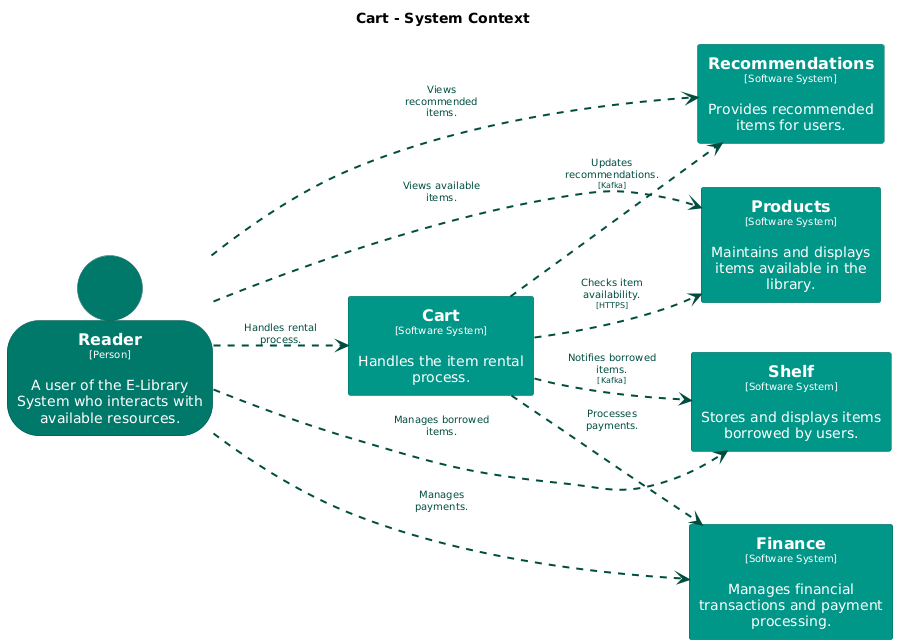
Before: main/png/SystemContext-004.png, a diagram exported from PlantUML (Goodmorning918/E-Library-Architecture).
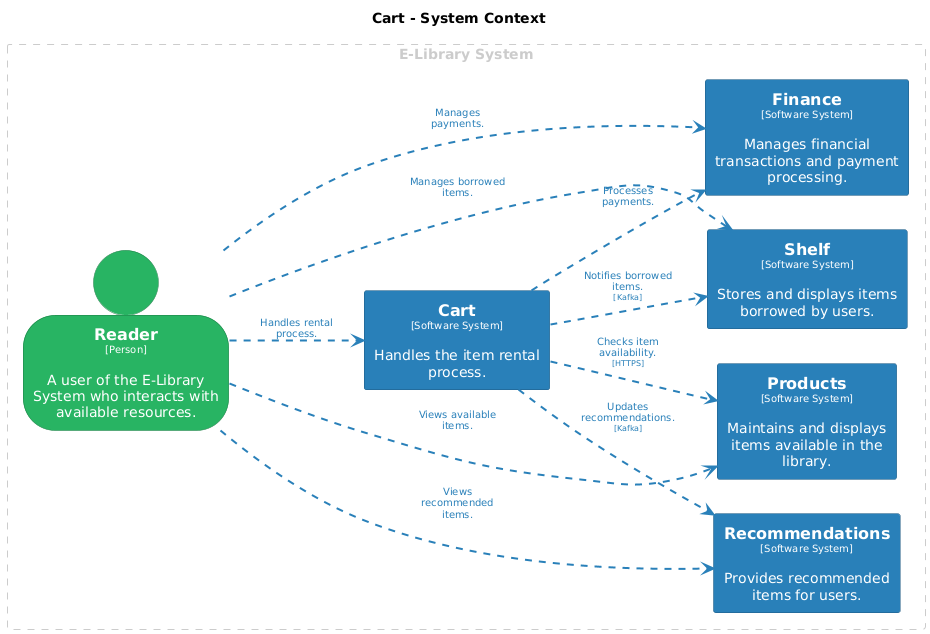
After the change.

What changed in the source:
```diff
@@ -14,56 +14,63 @@
 hide stereotype
 
 skinparam rectangle<<Cart>> {
-  BackgroundColor #009688
+  BackgroundColor #2980b9
   FontColor #ffffff
-  BorderColor #00695f
+  BorderColor #1c5981
   shadowing false
 }
 skinparam rectangle<<Finance>> {
-  BackgroundColor #009688
+  BackgroundColor #2980b9
   FontColor #ffffff
-  BorderColor #00695f
+  BorderColor #1c5981
   shadowing false
 }
 skinparam rectangle<<Products>> {
-  BackgroundColor #009688
+  BackgroundColor #2980b9
   FontColor #ffffff
-  BorderColor #00695f
+  BorderColor #1c5981
   shadowing false
 }
 skinparam person<<Reader>> {
-  BackgroundColor #00796b
+  BackgroundColor #28b463
   FontColor #ffffff
-  BorderColor #00544a
+  BorderColor #1c7d45
   shadowing false
 }
 skinparam rectangle<<Recommendations>> {
-  BackgroundColor #009688
+  BackgroundColor #2980b9
   FontColor #ffffff
-  BorderColor #00695f
+  BorderColor #1c5981
   shadowing false
 }
 skinparam rectangle<<Shelf>> {
-  BackgroundColor #009688
+  BackgroundColor #2980b9
   FontColor #ffffff
-  BorderColor #00695f
+  BorderColor #1c5981
   shadowing false
 }
 
-person "==Reader\n<size:10>[Person]</size>\n\nA user of the E-Library System who interacts with available resources." <<Reader>> as Reader
-rectangle "==Products\n<size:10>[Software System]</size>\n\nMaintains and displays items available in the library." <<Products>> as Products
-rectangle "==Cart\n<size:10>[Software System]</size>\n\nHandles the item rental process." <<Cart>> as Cart
-rectangle "==Recommendations\n<size:10>[Software System]</size>\n\nProvides recommended items for users." <<Recommendations>> as Recommendations
-rectangle "==Finance\n<size:10>[Software System]</size>\n\nManages financial transactions and payment processing." <<Finance>> as Finance
-rectangle "==Shelf\n<size:10>[Software System]</size>\n\nStores and displays items borrowed by users." <<Shelf>> as Shelf
+rectangle "E-Library System" <<group1>> as group1 {
+  skinparam RectangleBorderColor<<group1>> #cccccc
+  skinparam RectangleFontColor<<group1>> #cccccc
+  skinparam RectangleBorderStyle<<group1>> dashed
 
-Reader .[#004d40,thickness=2].> Shelf : "<color:#004d40>Manages borrowed items."
-Reader .[#004d40,thickness=2].> Products : "<color:#004d40>Views available items."
-Reader .[#004d40,thickness=2].> Cart : "<color:#004d40>Handles rental process."
-Reader .[#004d40,thickness=2].> Recommendations : "<color:#004d40>Views recommended items."
-Reader .[#004d40,thickness=2].> Finance : "<color:#004d40>Manages payments."
-Cart .[#004d40,thickness=2].> Finance : "<color:#004d40>Processes payments."
-Cart .[#004d40,thickness=2].> Recommendations : "<color:#004d40>Updates recommendations.\n<color:#004d40><size:8>[Kafka]</size>"
-Cart .[#004d40,thickness=2].> Shelf : "<color:#004d40>Notifies borrowed items.\n<color:#004d40><size:8>[Kafka]</size>"
-Cart .[#004d40,thickness=2].> Products : "<color:#004d40>Checks item availability.\n<color:#004d40><size:8>[HTTPS]</size>"
+  person "==Reader\n<size:10>[Person]</size>\n\nA user of the E-Library System who interacts with available resources." <<Reader>> as Reader
+  rectangle "==Products\n<size:10>[Software System]</size>\n\nMaintains and displays items available in the library." <<Products>> as Products
+  rectangle "==Cart\n<size:10>[Software System]</size>\n\nHandles the item rental process." <<Cart>> as Cart
+  rectangle "==Recommendations\n<size:10>[Software System]</size>\n\nProvides recommended items for users." <<Recommendations>> as Recommendations
+  rectangle "==Finance\n<size:10>[Software System]</size>\n\nManages financial transactions and payment processing." <<Finance>> as Finance
+  rectangle "==Shelf\n<size:10>[Software System]</size>\n\nStores and displays items borrowed by users." <<Shelf>> as Shelf
+}
+
+
+Reader .[#2980b9,thickness=2].> Shelf : "<color:#2980b9>Manages borrowed items."
+Reader .[#2980b9,thickness=2].> Products : "<color:#2980b9>Views available items."
+Reader .[#2980b9,thickness=2].> Cart : "<color:#2980b9>Handles rental process."
+Reader .[#2980b9,thickness=2].> Recommendations : "<color:#2980b9>Views recommended items."
+Reader .[#2980b9,thickness=2].> Finance : "<color:#2980b9>Manages payments."
+Cart .[#2980b9,thickness=2].> Finance : "<color:#2980b9>Processes payments."
+Cart .[#2980b9,thickness=2].> Recommendations : "<color:#2980b9>Updates recommendations.\n<color:#2980b9><size:8>[Kafka]</size>"
+Cart .[#2980b9,thickness=2].> Shelf : "<color:#2980b9>Notifies borrowed items.\n<color:#2980b9><size:8>[Kafka]</size>"
+Cart .[#2980b9,thickness=2].> Products : "<color:#2980b9>Checks item availability.\n<color:#2980b9><size:8>[HTTPS]</size>"
 @enduml
```
